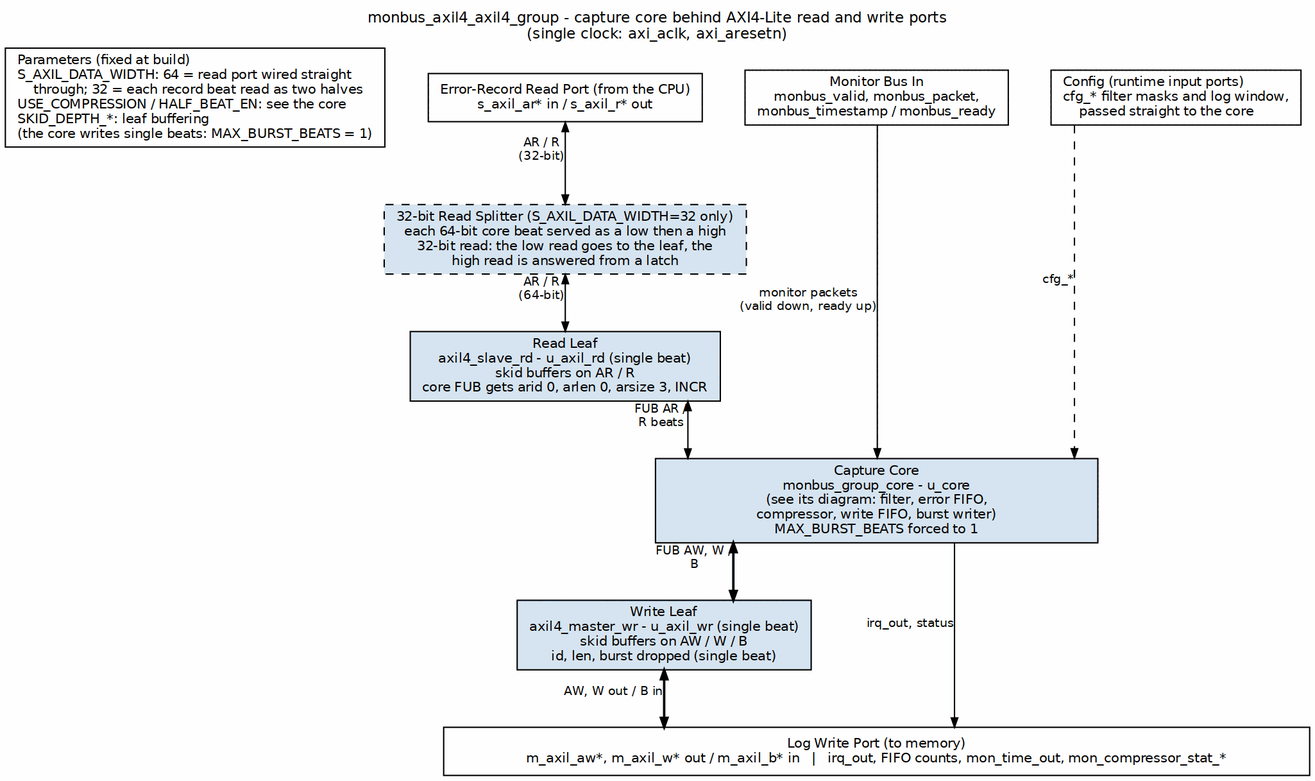
Above: projects/components/dma-ip/stream/docs/stream_mas/assets/graphviz/16_monbus_axil4_axil4_group.png in sean-galloway/RTLDesignSherpa (Graphviz), before the change. Its source is kept beside it as projects/components/dma-ip/stream/docs/stream_mas/assets/graphviz/16_monbus_axil4_axil4_group.dot.
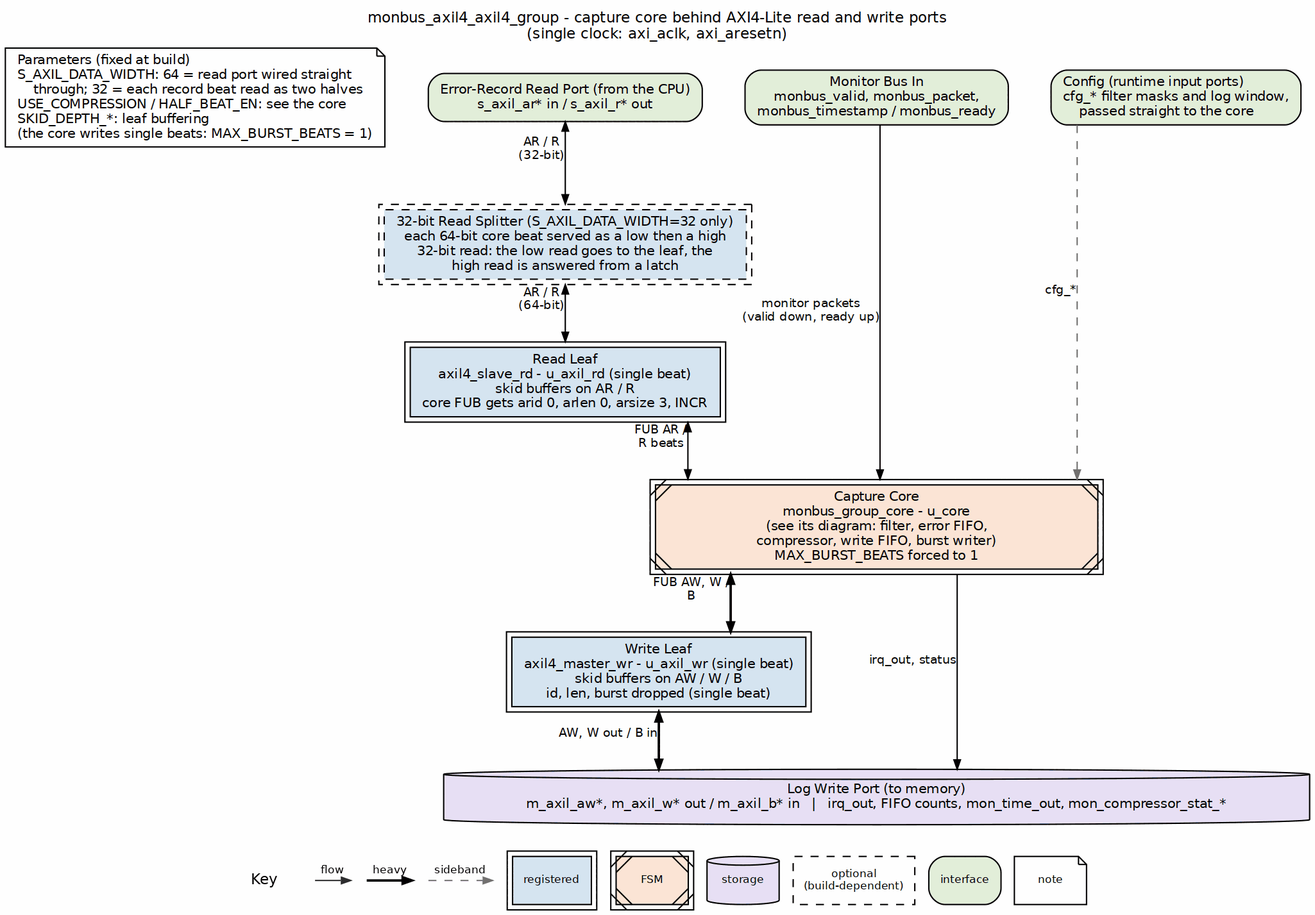
The same file after the commit.

Change to the diagram source:
```diff
@@ -4,24 +4,24 @@
            label="monbus_axil4_axil4_group - capture core behind AXI4-Lite read and write ports\n(single clock: axi_aclk, axi_aresetn)",
            labelloc=t, labeljust=c];
     node  [fontname="Helvetica", fontsize=10, shape=box, style=filled,
-           fillcolor="#D6E4F0", color="black", margin="0.12,0.06"];
+           fillcolor="white", color="black", margin="0.12,0.06"];
     edge  [fontname="Helvetica", fontsize=9, color="black", arrowsize=0.7];
 
-    rport [group=L, label="Error-Record Read Port (from the CPU)\ns_axil_ar* in / s_axil_r* out", fillcolor="white"];
-    min   [group=C, label="Monitor Bus In\nmonbus_valid, monbus_packet,\nmonbus_timestamp / monbus_ready", fillcolor="white"];
-    cfg   [label="Config (runtime input ports)\lcfg_* filter masks and log window,\l    passed straight to the core\l", fillcolor="white"];
-    prm   [label="Parameters (fixed at build)\lS_AXIL_DATA_WIDTH: 64 = read port wired straight\l    through; 32 = each record beat read as two halves\lUSE_COMPRESSION / HALF_BEAT_EN: see the core\lSKID_DEPTH_*: leaf buffering\l(the core writes single beats: MAX_BURST_BEATS = 1)\l", fillcolor="white"];
+    rport [group=L, label="Error-Record Read Port (from the CPU)\ns_axil_ar* in / s_axil_r* out", fillcolor="white", style="rounded,filled", fillcolor="#E2EFDA"];
+    min   [group=C, label="Monitor Bus In\nmonbus_valid, monbus_packet,\nmonbus_timestamp / monbus_ready", fillcolor="white", style="rounded,filled", fillcolor="#E2EFDA"];
+    cfg   [label="Config (runtime input ports)\lcfg_* filter masks and log window,\l    passed straight to the core\l", fillcolor="white", style="rounded,filled", fillcolor="#E2EFDA"];
+    prm   [label="Parameters (fixed at build)\lS_AXIL_DATA_WIDTH: 64 = read port wired straight\l    through; 32 = each record beat read as two halves\lUSE_COMPRESSION / HALF_BEAT_EN: see the core\lSKID_DEPTH_*: leaf buffering\l(the core writes single beats: MAX_BURST_BEATS = 1)\l", fillcolor="white", shape=note];
 
-    split [group=L, label="32-bit Read Splitter (S_AXIL_DATA_WIDTH=32 only)\neach 64-bit core beat served as a low then a high\n32-bit read: the low read goes to the leaf, the\nhigh read is answered from a latch", style="filled,dashed"];
-    rleaf [group=L, label="Read Leaf\naxil4_slave_rd - u_axil_rd (single beat)\nskid buffers on AR / R\ncore FUB gets arid 0, arlen 0, arsize 3, INCR"];
-    core  [group=C, label="Capture Core\nmonbus_group_core - u_core\n(see its diagram: filter, error FIFO,\ncompressor, write FIFO, burst writer)\nMAX_BURST_BEATS forced to 1", width=4.6];
-    wleaf [group=R, label="Write Leaf\naxil4_master_wr - u_axil_wr (single beat)\nskid buffers on AW / W / B\nid, len, burst dropped (single beat)"];
+    split [group=L, label="32-bit Read Splitter (S_AXIL_DATA_WIDTH=32 only)\neach 64-bit core beat served as a low then a high\n32-bit read: the low read goes to the leaf, the\nhigh read is answered from a latch", style="filled,dashed", peripheries=2, style="filled,dashed", fillcolor="#D6E4F0"];
+    rleaf [group=L, label="Read Leaf\naxil4_slave_rd - u_axil_rd (single beat)\nskid buffers on AR / R\ncore FUB gets arid 0, arlen 0, arsize 3, INCR", peripheries=2, style="filled", fillcolor="#D6E4F0"];
+    core  [group=C, label="Capture Core\nmonbus_group_core - u_core\n(see its diagram: filter, error FIFO,\ncompressor, write FIFO, burst writer)\nMAX_BURST_BEATS forced to 1", width=4.6, peripheries=2, style="filled,diagonals", fillcolor="#FCE4D6"];
+    wleaf [group=R, label="Write Leaf\naxil4_master_wr - u_axil_wr (single beat)\nskid buffers on AW / W / B\nid, len, burst dropped (single beat)", peripheries=2, style="filled", fillcolor="#D6E4F0"];
 
     outs  [group=C, label="Log Write Port (to memory)\nm_axil_aw*, m_axil_w* out / m_axil_b* in   |   irq_out, FIFO counts, mon_time_out, mon_compressor_stat_*",
-           fillcolor="white", width=9.0];
+           fillcolor="white", width=9.0, shape=cylinder, style="filled", fillcolor="#E8DFF5"];
 
     min   -> core  [xlabel="monitor packets\n(valid down, ready up)"];
-    cfg   -> core  [style=dashed, xlabel="cfg_*"];
+    cfg   -> core  [style=dashed, color="#777777", xlabel="cfg_*"];
 
     rport -> split [dir=both, xlabel="AR / R\n(32-bit)"];
     split -> rleaf [dir=both, xlabel="AR / R\n(64-bit)"];
```
